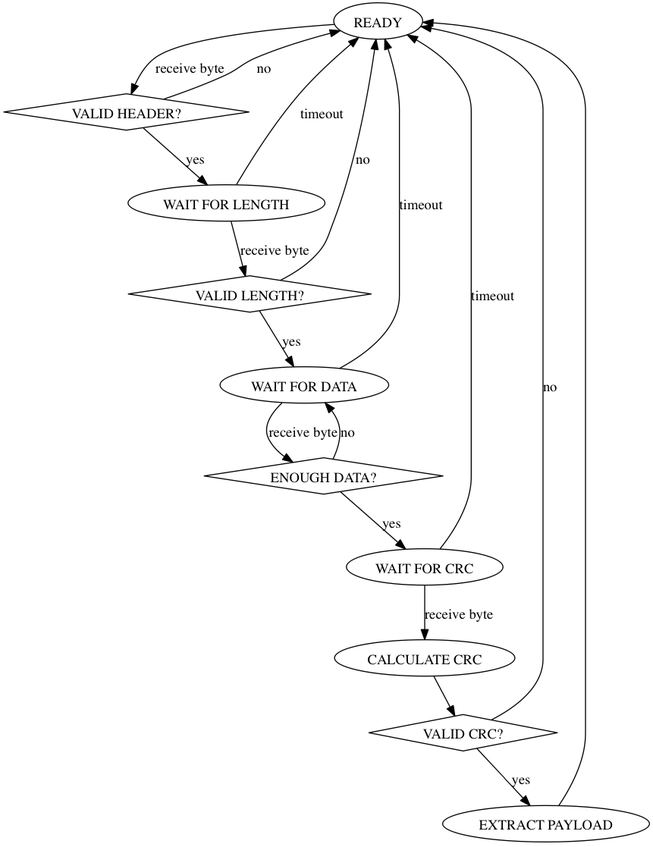
This is doc/PacketStreamDecoder.png from cibomahto/s3g, a Graphviz export, as it was before one commit. Its source is kept beside it as doc/PacketStreamDecoder.dot.
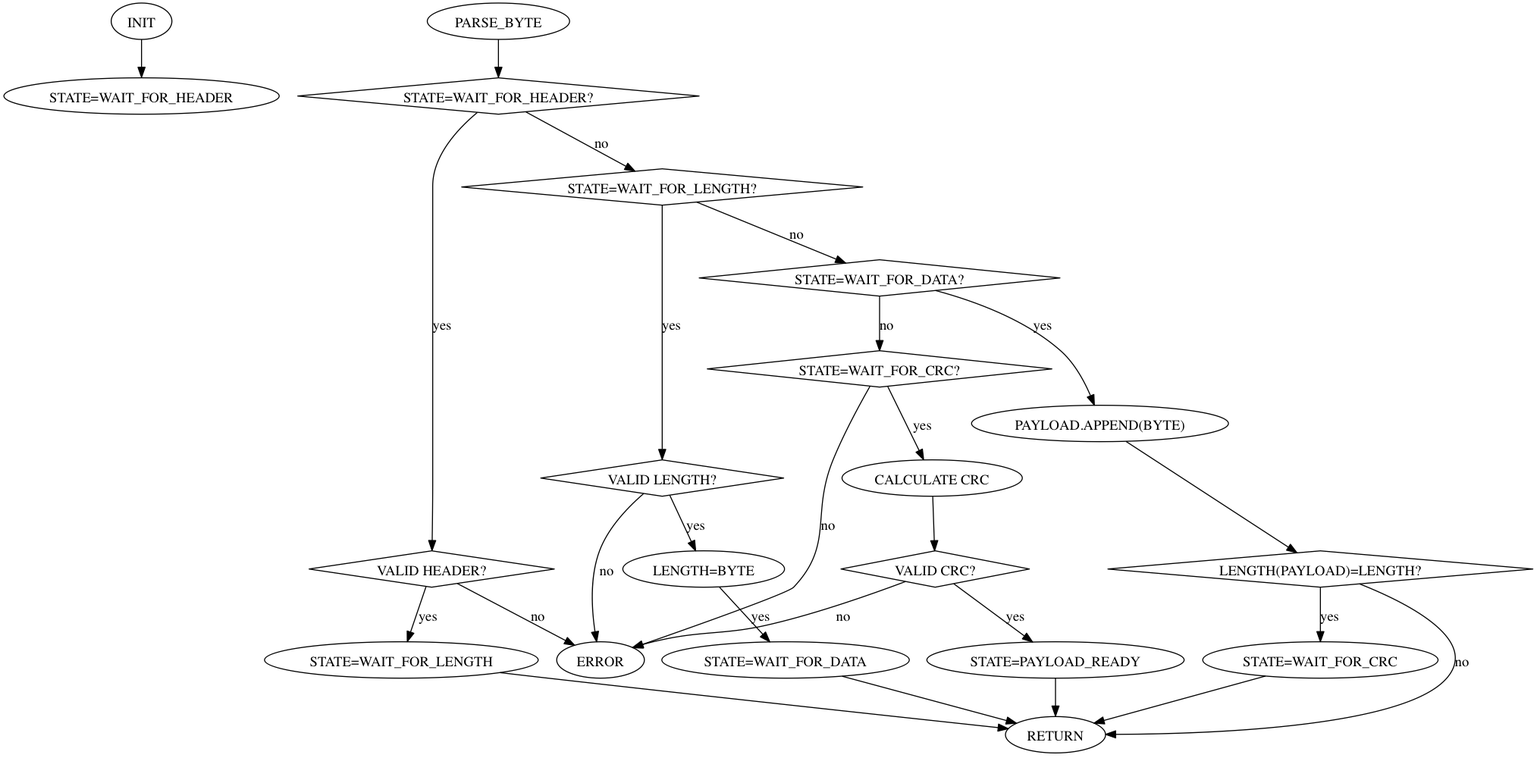
The same diagram one commit later.

Commit message:
Update flowcharts to match actually implemented system.

The edit, as a diff of the source:
```diff
@@ -1,25 +1,41 @@
 
 digraph
 {
-  "READY" -> "VALID HEADER?" [label="receive byte"];
+  "INIT" -> "STATE=WAIT_FOR_HEADER";
+  "PARSE_BYTE" -> "STATE=WAIT_FOR_HEADER?";
+
+  "STATE=WAIT_FOR_HEADER?" [shape=diamond];
+  "STATE=WAIT_FOR_HEADER?" -> "VALID HEADER?" [label="yes"];
+  "STATE=WAIT_FOR_HEADER?" -> "STATE=WAIT_FOR_LENGTH?" [label="no"];
   "VALID HEADER?" [shape=diamond];
-  "VALID HEADER?" -> "READY" [label="no"];
-  "VALID HEADER?" -> "WAIT FOR LENGTH" [label="yes"];
-  "WAIT FOR LENGTH" -> "READY" [label="timeout"];
-  "WAIT FOR LENGTH" -> "VALID LENGTH?" [label="receive byte"];
+  "VALID HEADER?" -> "ERROR" [label="no"];
+  "VALID HEADER?" -> "STATE=WAIT_FOR_LENGTH" [label="yes"];
+  "STATE=WAIT_FOR_LENGTH" -> "RETURN"
+
+  "STATE=WAIT_FOR_LENGTH?" [shape=diamond];
+  "STATE=WAIT_FOR_LENGTH?" -> "VALID LENGTH?" [label="yes"];
+  "STATE=WAIT_FOR_LENGTH?" -> "STATE=WAIT_FOR_DATA?" [label="no"];
   "VALID LENGTH?" [shape=diamond];
-  "VALID LENGTH?" -> "READY" [label="no"];
-  "VALID LENGTH?" -> "WAIT FOR DATA" [label="yes"];
-  "WAIT FOR DATA" -> "READY" [label="timeout"];
-  "WAIT FOR DATA" -> "ENOUGH DATA?" [label="receive byte"];
-  "ENOUGH DATA?" [shape=diamond];
-  "ENOUGH DATA?" -> "WAIT FOR DATA" [label="no"];
-  "ENOUGH DATA?" -> "WAIT FOR CRC" [label="yes"];
-  "WAIT FOR CRC" -> "READY" [label="timeout"];
-  "WAIT FOR CRC" -> "CALCULATE CRC" [label="receive byte"];
+  "VALID LENGTH?" -> "LENGTH=BYTE" [label="yes"];
+  "VALID LENGTH?" -> "ERROR" [label="no"];
+  "LENGTH=BYTE" -> "STATE=WAIT_FOR_DATA" [label="yes"];
+  "STATE=WAIT_FOR_DATA" -> "RETURN"
+
+  "STATE=WAIT_FOR_DATA?" [shape=diamond];
+  "STATE=WAIT_FOR_DATA?" -> "PAYLOAD.APPEND(BYTE)" [label="yes"];
+  "STATE=WAIT_FOR_DATA?" -> "STATE=WAIT_FOR_CRC?" [label="no"];
+  "PAYLOAD.APPEND(BYTE)" -> "LENGTH(PAYLOAD)=LENGTH?";
+  "LENGTH(PAYLOAD)=LENGTH?" [shape=diamond];
+  "LENGTH(PAYLOAD)=LENGTH?" -> "STATE=WAIT_FOR_CRC" [label="yes"];
+  "LENGTH(PAYLOAD)=LENGTH?" -> "RETURN" [label="no"];
+  "STATE=WAIT_FOR_CRC" -> "RETURN";
+
+  "STATE=WAIT_FOR_CRC?" [shape=diamond];
+  "STATE=WAIT_FOR_CRC?" -> "CALCULATE CRC" [label="yes"];
+  "STATE=WAIT_FOR_CRC?" -> "ERROR" [label="no"];
   "CALCULATE CRC" -> "VALID CRC?";
   "VALID CRC?" [shape=diamond];
-  "VALID CRC?" -> "READY" [label="no"];
-  "VALID CRC?" -> "EXTRACT PAYLOAD" [label="yes"];
-  "EXTRACT PAYLOAD" -> "READY";
+  "VALID CRC?" -> "STATE=PAYLOAD_READY" [label="yes"];
+  "VALID CRC?" -> "ERROR" [label="no"];
+  "STATE=PAYLOAD_READY" -> "RETURN";
 }
```
